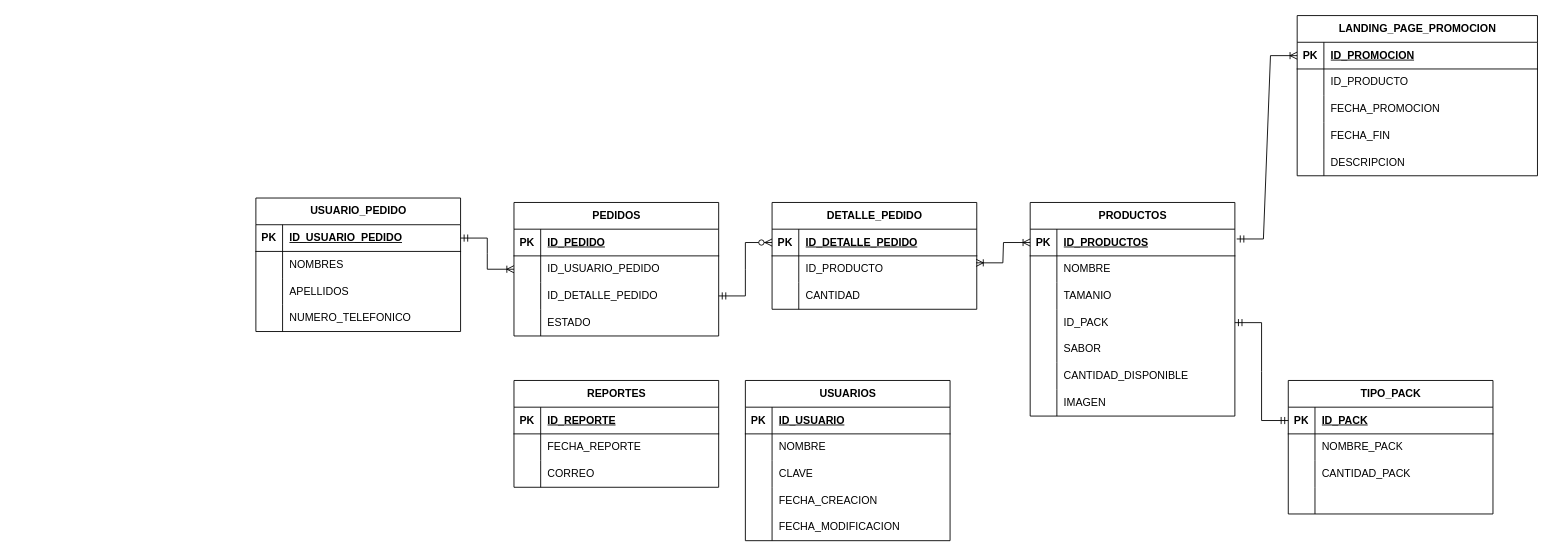
The draw.io diagram DB_Entidad_Relacion.drawio in DavidSantana872/GBar, before the edit. Source tidied: cells renumbered, new cells numbered last; positions are measured from the earlier drawing's top-left corner, leaving out a move shared by most shapes. Both pictures are drawn from the tidied source at 89%, with x=0, y=0 at pixel (255, 15).
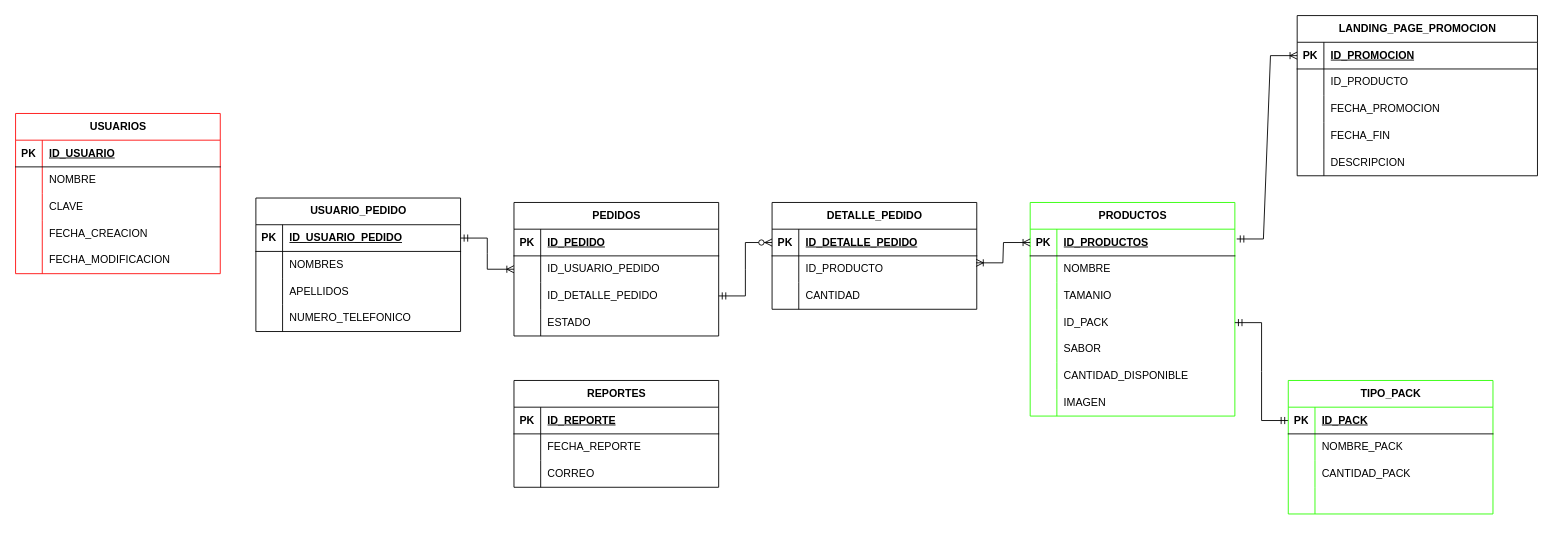
The same diagram, later.

What changed in the source:
```diff
@@
-    <mxCell id="2" value="PRODUCTOS" style="shape=table;startSize=30;childLayout=tableLayout;rowLines=0;fontStyle=1;align=center;html=1;" parent="1" vertex="1">
+    <mxCell id="2" value="PRODUCTOS" style="shape=table;startSize=30;childLayout=tableLayout;rowLines=0;fontStyle=1;align=center;html=1;strokeColor=#2BFF00;" parent="1" vertex="1">
       <mxGeometry x="870" y="210" width="230" height="240" as="geometry" />
     </mxCell>
@@
-    <mxCell id="25" value="TIPO_PACK" style="shape=table;startSize=30;childLayout=tableLayout;rowLines=0;fontStyle=1;align=center;html=1;" parent="1" vertex="1">
+    <mxCell id="25" value="TIPO_PACK" style="shape=table;startSize=30;childLayout=tableLayout;rowLines=0;fontStyle=1;align=center;html=1;strokeColor=#2BFF00;" parent="1" vertex="1">
       <mxGeometry x="1160" y="410" width="230" height="150" as="geometry" />
     </mxCell>
@@
-    <mxCell id="51" value="USUARIOS" style="shape=table;startSize=30;childLayout=tableLayout;rowLines=0;fontStyle=1;align=center;html=1;" parent="1" vertex="1">
-      <mxGeometry x="550" y="410" width="230" height="180" as="geometry" />
+    <mxCell id="51" value="USUARIOS" style="shape=table;startSize=30;childLayout=tableLayout;rowLines=0;fontStyle=1;align=center;html=1;strokeColor=#FF0A0A;" parent="1" vertex="1">
+      <mxGeometry x="-270" y="110" width="230" height="180" as="geometry" />
     </mxCell>
```
